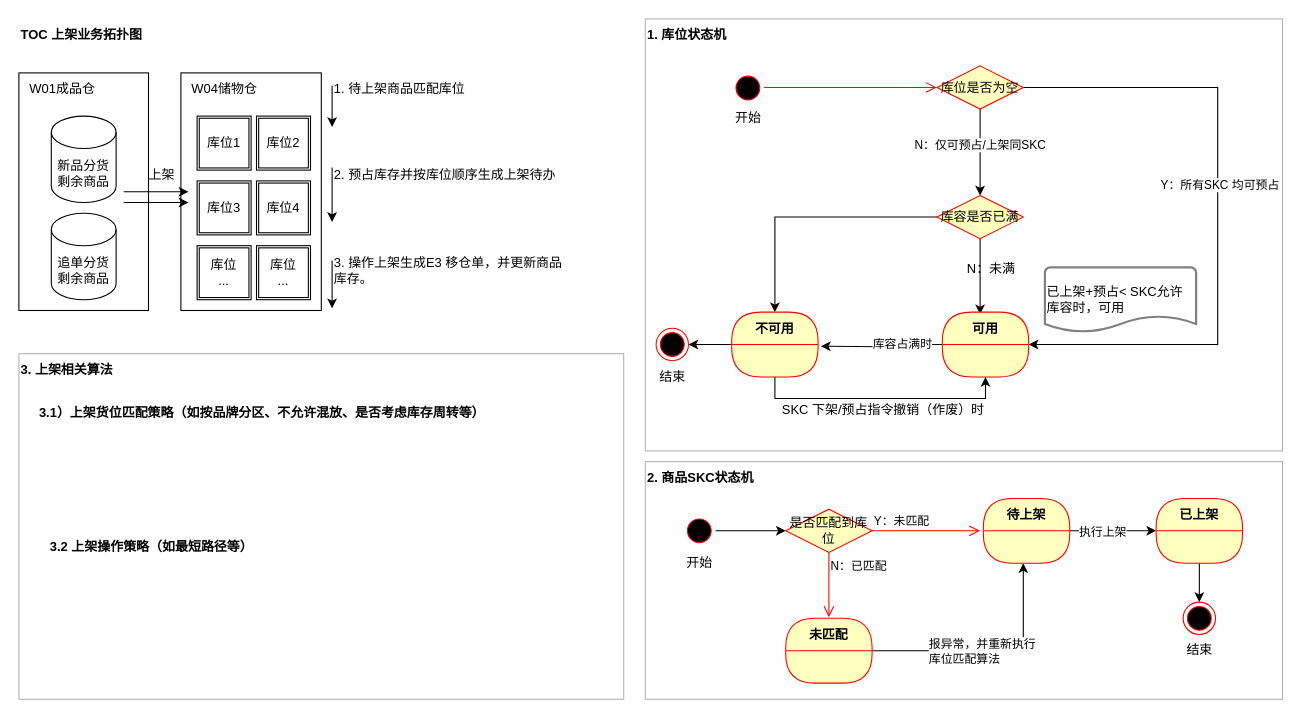
leonhard1Q84/leonhard1Q84.github.io keeps this draw.io diagram as 上架拓扑.drawio. Above is the earlier version. Source tidied: cells renumbered, new cells numbered last; positions are measured from the earlier drawing's top-left corner, leaving out a move shared by most shapes. Both pictures are drawn from the tidied source at 108%, with x=0, y=0 at pixel (18, 18).
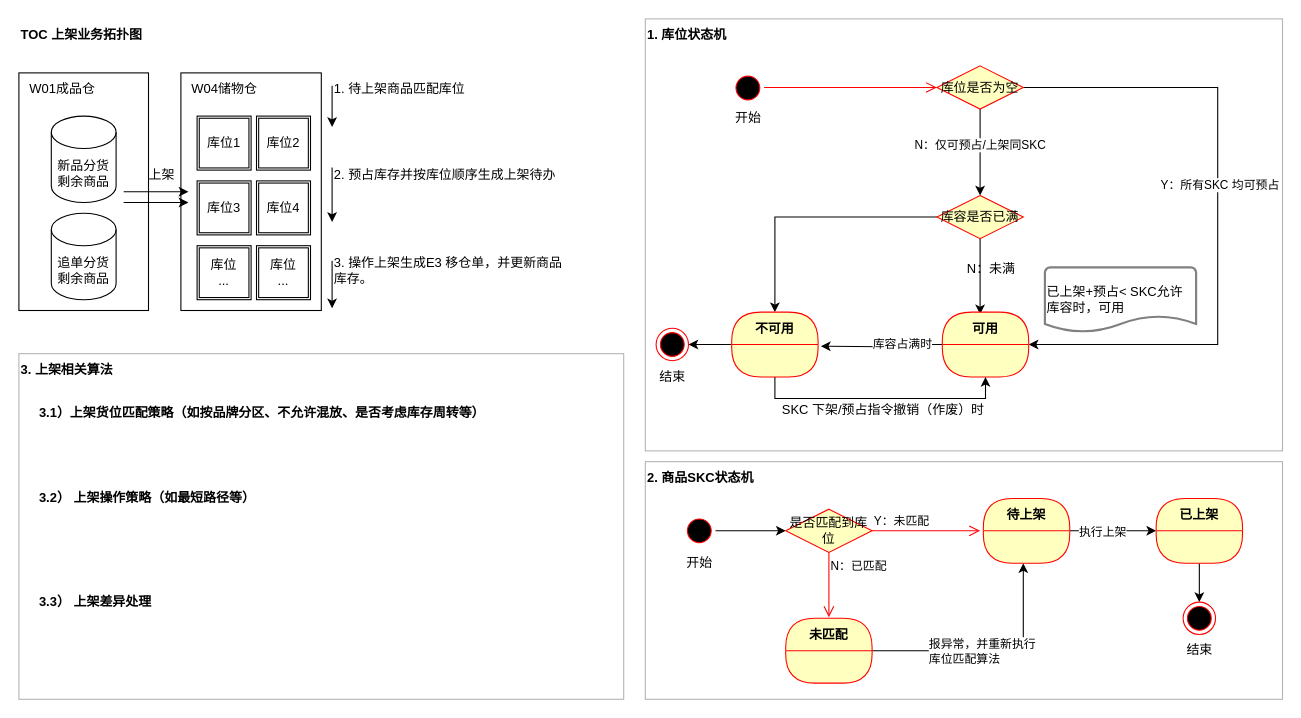
After the change.

Commit message:
更新上架拓扑.drawio

Change to the diagram source:
```diff
@@
-    <mxCell id="73" value="3.2 上架操作策略（如最短路径等）" style="text;html=1;align=left;verticalAlign=middle;strokeColor=none;fillColor=none;fontStyle=1;" parent="1" vertex="1">
-      <mxGeometry x="27" y="474" width="210" height="30" as="geometry" />
+    <mxCell id="73" value="3.2） 上架操作策略（如最短路径等）" style="text;html=1;align=left;verticalAlign=middle;strokeColor=none;fillColor=none;fontStyle=1;" parent="1" vertex="1">
+      <mxGeometry x="17" y="429" width="220" height="30" as="geometry" />
     </mxCell>
+    <mxCell id="74" value="3.3） 上架差异处理" style="text;html=1;align=left;verticalAlign=middle;strokeColor=none;fillColor=none;fontStyle=1;" parent="1" vertex="1">
+      <mxGeometry x="17" y="525" width="130" height="30" as="geometry" />
+    </mxCell>
```
